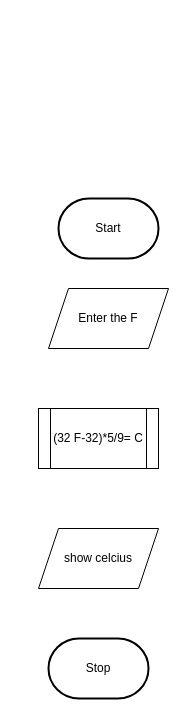
Before: design/flowchart.drawio in MTHS-ICS2O-2-2022/ICS2O-Unit-3-04-Bonnie-Zhu, a draw.io diagram. Source tidied: cells renumbered, new cells numbered last; positions are measured from the earlier drawing's top-left corner, leaving out a move shared by most shapes. Both pictures are drawn from the tidied source at 100%, with x=0, y=0 at pixel (38, 198).
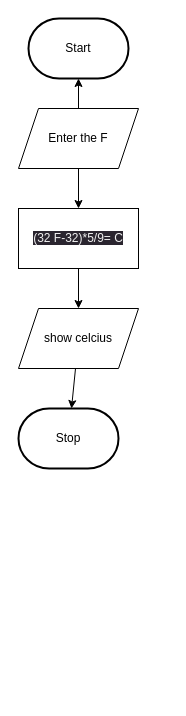
After the change.

What changed in the source:
```diff
@@
 <mxGraphModel>
   <root>
     <mxCell id="0" />
     <mxCell id="1" parent="0" />
     <mxCell id="2" value="Start" style="strokeWidth=2;html=1;shape=mxgraph.flowchart.terminator;whiteSpace=wrap;" parent="1" vertex="1">
-      <mxGeometry x="20" width="100" height="60" as="geometry" />
+      <mxGeometry x="-10" y="-180" width="100" height="60" as="geometry" />
     </mxCell>
     <mxCell id="3" value="Stop" style="strokeWidth=2;html=1;shape=mxgraph.flowchart.terminator;whiteSpace=wrap;" parent="1" vertex="1">
-      <mxGeometry x="10" y="440" width="100" height="60" as="geometry" />
+      <mxGeometry x="-20" y="210" width="100" height="60" as="geometry" />
     </mxCell>
+    <mxCell id="7" style="edgeStyle=none;html=1;" parent="1" edge="1" source="4" target="2">
+      <mxGeometry relative="1" as="geometry" />
+    </mxCell>
+    <mxCell id="8" style="edgeStyle=none;html=1;" parent="1" edge="1" source="4" target="5">
+      <mxGeometry relative="1" as="geometry" />
+    </mxCell>
     <mxCell id="4" value="Enter the F" style="shape=parallelogram;perimeter=parallelogramPerimeter;whiteSpace=wrap;html=1;fixedSize=1;" parent="1" vertex="1">
-      <mxGeometry x="10" y="90" width="120" height="60" as="geometry" />
+      <mxGeometry x="-20" y="-90" width="120" height="60" as="geometry" />
     </mxCell>
+    <mxCell id="9" style="edgeStyle=none;html=1;" parent="1" edge="1" source="6" target="3">
+      <mxGeometry relative="1" as="geometry" />
+    </mxCell>
+    <mxCell id="6" value="show celcius" style="shape=parallelogram;perimeter=parallelogramPerimeter;whiteSpace=wrap;html=1;fixedSize=1;" parent="1" vertex="1">
+      <mxGeometry x="-20" y="110" width="120" height="60" as="geometry" />
+    </mxCell>
+    <mxCell id="10" style="edgeStyle=none;html=1;" parent="1" edge="1" source="5" target="6">
+      <mxGeometry relative="1" as="geometry" />
+    </mxCell>
-    <mxCell id="5" value="(32 F-32)*5/9= C" style="shape=process;whiteSpace=wrap;html=1;backgroundOutline=1;" parent="1" vertex="1">
-      <mxGeometry y="210" width="120" height="60" as="geometry" />
+    <mxCell id="5" value="&lt;span style=&quot;color: rgb(240, 240, 240); font-family: Helvetica; font-size: 12px; font-style: normal; font-variant-ligatures: normal; font-variant-caps: normal; font-weight: 400; letter-spacing: normal; orphans: 2; text-align: center; text-indent: 0px; text-transform: none; widows: 2; word-spacing: 0px; -webkit-text-stroke-width: 0px; background-color: rgb(42, 37, 47); text-decoration-thickness: initial; text-decoration-style: initial; text-decoration-color: initial; float: none; display: inline !important;&quot;&gt;(32 F-32)*5/9= C&lt;/span&gt;" style="rounded=0;whiteSpace=wrap;html=1;" parent="1" vertex="1">
+      <mxGeometry x="-20" y="10" width="120" height="60" as="geometry" />
     </mxCell>
-    <mxCell id="6" value="show celcius" style="shape=parallelogram;perimeter=parallelogramPerimeter;whiteSpace=wrap;html=1;fixedSize=1;" parent="1" vertex="1">
-      <mxGeometry y="330" width="120" height="60" as="geometry" />
-    </mxCell>
   </root>
 </mxGraphModel>
```
